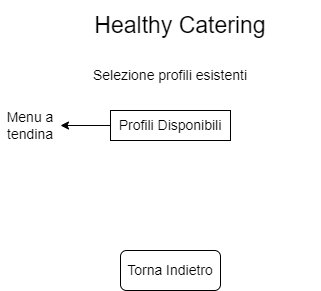
This is doc/img/SceltaProfiloGiocatore.drawio.png from zSavT/Healthy-Catering, a draw.io export, as it was before one commit. Source tidied: cells renumbered, new cells last; positions are measured from the earlier drawing's top-left corner, leaving out a move shared by most shapes.
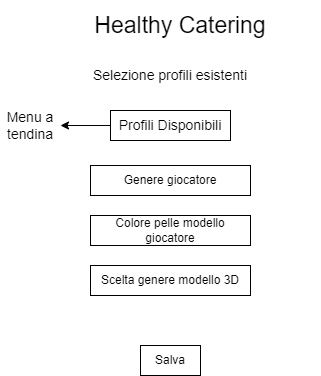
After the change.

What changed in the source:
```diff
@@ -17,8 +17,17 @@
     <mxCell id="6" value="Menu a tendina" style="text;html=1;strokeColor=none;fillColor=none;align=center;verticalAlign=middle;whiteSpace=wrap;rounded=0;fontSize=14;" parent="1" vertex="1">
       <mxGeometry y="110" width="60" height="30" as="geometry" />
     </mxCell>
-    <mxCell id="7" value="Torna Indietro" style="rounded=1;whiteSpace=wrap;html=1;fontSize=14;" parent="1" vertex="1">
-      <mxGeometry x="120" y="250" width="100" height="40" as="geometry" />
-    </mxCell>
+    <mxCell id="8" value="Genere giocatore" style="rounded=0;whiteSpace=wrap;html=1;hachureGap=4;" parent="1" vertex="1">
+      <mxGeometry x="90" y="165" width="160" height="30" as="geometry" />
+    </mxCell>
+    <mxCell id="9" value="Colore pelle modello giocatore" style="rounded=0;whiteSpace=wrap;html=1;hachureGap=4;" parent="1" vertex="1">
+      <mxGeometry x="90" y="215" width="160" height="30" as="geometry" />
+    </mxCell>
+    <mxCell id="10" value="Scelta genere modello 3D" style="rounded=0;whiteSpace=wrap;html=1;hachureGap=4;" parent="1" vertex="1">
+      <mxGeometry x="90" y="265" width="160" height="30" as="geometry" />
+    </mxCell>
+    <mxCell id="11" value="Salva" style="rounded=0;whiteSpace=wrap;html=1;hachureGap=4;" parent="1" vertex="1">
+      <mxGeometry x="140" y="345" width="60" height="30" as="geometry" />
+    </mxCell>
   </root>
 </mxGraphModel>
```
